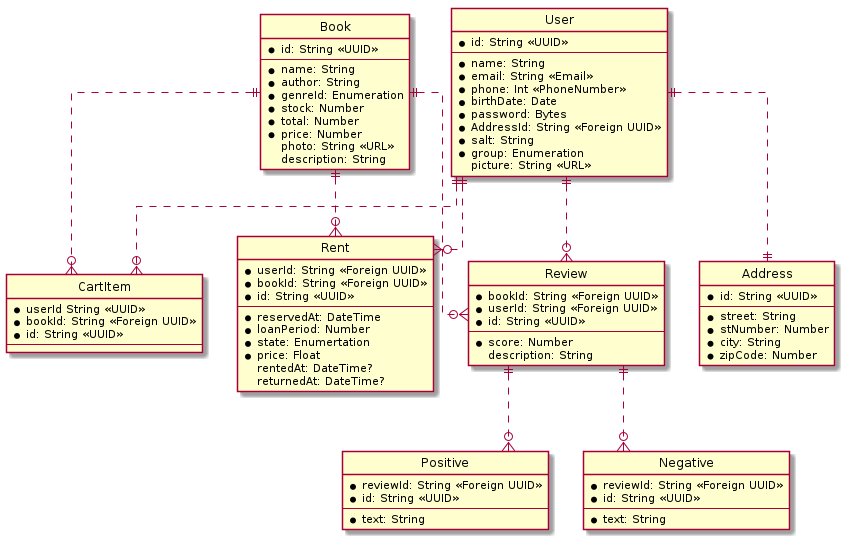
Earlier version of the PlantUML export Diagrams/library.png (Qas1modo/PV179-forked-old).
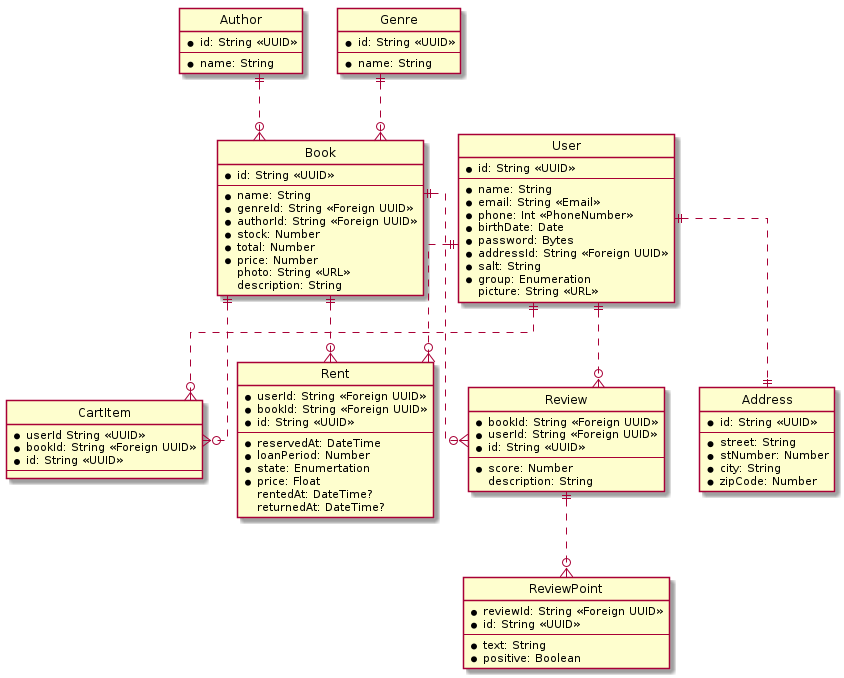
The same diagram one commit later.

What changed in the source:
```diff
@@ -11,7 +11,7 @@
     *phone: Int <<PhoneNumber>>
     *birthDate: Date
     *password: Bytes
-    *AddressId: String <<Foreign UUID>>
+    *addressId: String <<Foreign UUID>>
     *salt: String
     *group: Enumeration
     picture: String <<URL>>
@@ -37,13 +37,25 @@
     *id: String <<UUID>>
     ---
     *name: String
-    *author: String
-    *genreId: Enumeration
+    *genreId: String <<Foreign UUID>>
+    *authorId: String <<Foreign UUID>>
     *stock: Number
     *total: Number
     *price: Number
     photo: String <<URL>>
     description: String
+}
+
+entity Author {
+    *id: String <<UUID>>
+    ---
+    *name: String
+}
+
+entity Genre {
+    *id: String <<UUID>>
+    ---
+    *name: String
 }
 
 entity Rent {
@@ -69,18 +81,12 @@
 }
 
 
-entity Positive {
+entity ReviewPoint {
     *reviewId: String <<Foreign UUID>>
     *id: String <<UUID>>
     ---
     *text: String
-}
-
-entity Negative {
-    *reviewId: String <<Foreign UUID>>
-    *id: String <<UUID>>
-    ---
-    *text: String
+    *positive: Boolean
 }
 
 User ||..|| Address
@@ -90,6 +96,7 @@
 Book ||..o{ Review
 Book ||..o{ Rent
 Book ||..o{ CartItem
-Review ||..o{ Positive
-Review ||..o{ Negative
+Author ||..o{ Book
+Genre ||..o{ Book
+Review ||..o{ ReviewPoint
 @enduml
```
